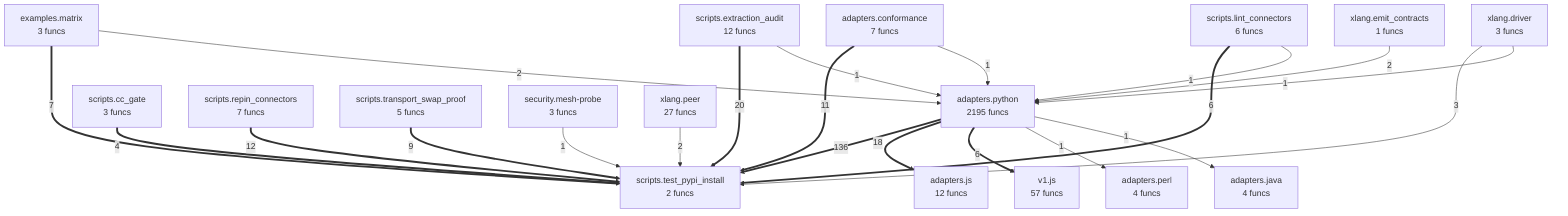
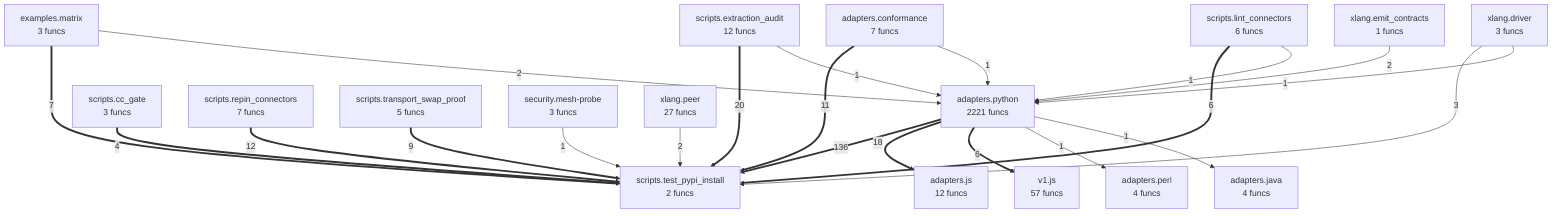
flowchart TD
- %% generated in 0.16s
+ %% generated in 0.11s
    adapters__conformance["adapters.conformance<br/>7 funcs"]
    adapters__java["adapters.java<br/>4 funcs"]
    adapters__js["adapters.js<br/>12 funcs"]
    adapters__perl["adapters.perl<br/>4 funcs"]
-     adapters__python["adapters.python<br/>2195 funcs"]
+     adapters__python["adapters.python<br/>2221 funcs"]
    examples__matrix["examples.matrix<br/>3 funcs"]
    scripts__cc_gate["scripts.cc_gate<br/>3 funcs"]
    scripts__extraction_audit["scripts.extraction_audit<br/>12 funcs"]
    scripts__lint_connectors["scripts.lint_connectors<br/>6 funcs"]
    scripts__repin_connectors["scripts.repin_connectors<br/>7 funcs"]
    scripts__test_pypi_install["scripts.test_pypi_install<br/>2 funcs"]
    scripts__transport_swap_proof["scripts.transport_swap_proof<br/>5 funcs"]
    security__mesh_probe["security.mesh-probe<br/>3 funcs"]
    v1__js["v1.js<br/>57 funcs"]
    xlang__driver["xlang.driver<br/>3 funcs"]
    xlang__emit_contracts["xlang.emit_contracts<br/>1 funcs"]
    xlang__peer["xlang.peer<br/>27 funcs"]
    adapters__python ==>|136| scripts__test_pypi_install
    scripts__extraction_audit ==>|20| scripts__test_pypi_install
    adapters__python ==>|18| adapters__js
    scripts__repin_connectors ==>|12| scripts__test_pypi_install
    adapters__conformance ==>|11| scripts__test_pypi_install
    scripts__transport_swap_proof ==>|9| scripts__test_pypi_install
    examples__matrix ==>|7| scripts__test_pypi_install
    scripts__lint_connectors ==>|6| scripts__test_pypi_install
    adapters__python ==>|6| v1__js
    scripts__cc_gate ==>|4| scripts__test_pypi_install
    xlang__driver -->|3| scripts__test_pypi_install
    examples__matrix -->|2| adapters__python
    xlang__emit_contracts -->|2| adapters__python
    xlang__peer -->|2| scripts__test_pypi_install
    security__mesh_probe -->|1| scripts__test_pypi_install
    scripts__lint_connectors -->|1| adapters__python
    scripts__extraction_audit -->|1| adapters__python
    adapters__conformance -->|1| adapters__python
    adapters__python -->|1| adapters__perl
    adapters__python -->|1| adapters__java
    xlang__driver -->|1| adapters__python
